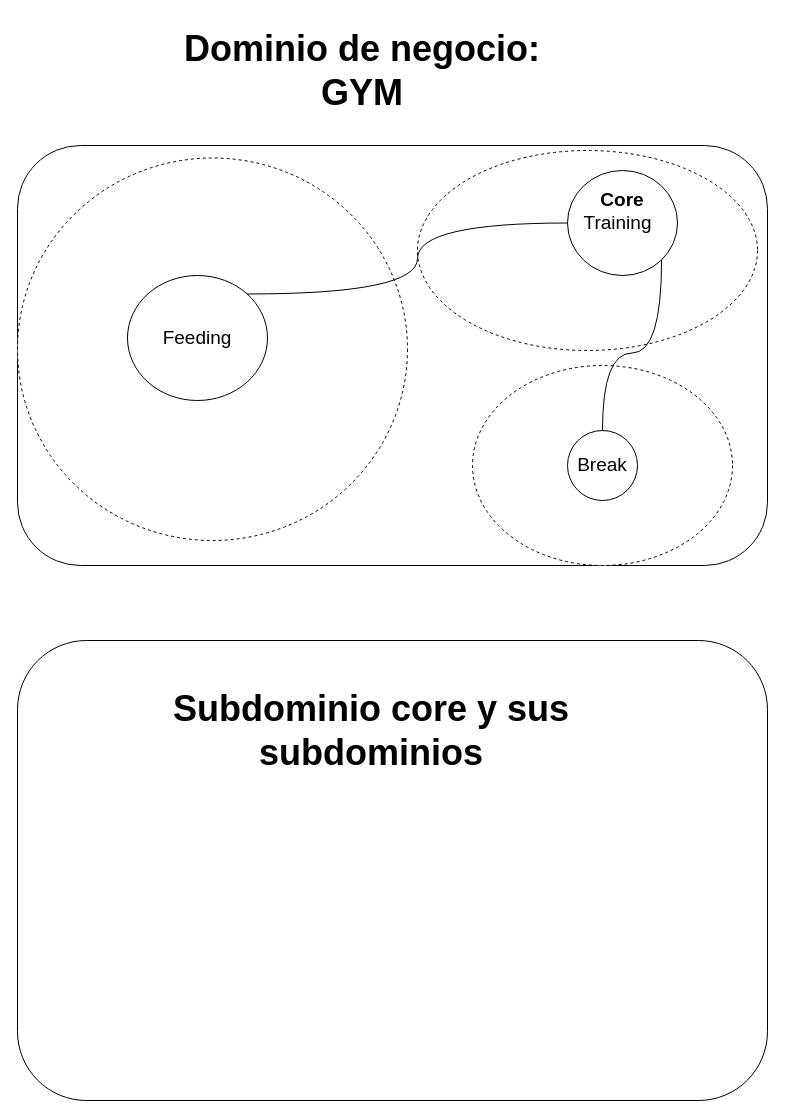
Earlier version of the draw.io diagram page "Eventos" (3 of 3) of BigPictureGym.drawio (Ruiz16-17/Sofka_DDD_Big_Picture_ModelamientoDominio). Source tidied: cells renumbered, new cells numbered last; positions are measured from the earlier drawing's top-left corner, leaving out a move shared by most shapes. Both pictures are drawn from the tidied source at 100%, with x=0, y=0 at pixel (17, 30).
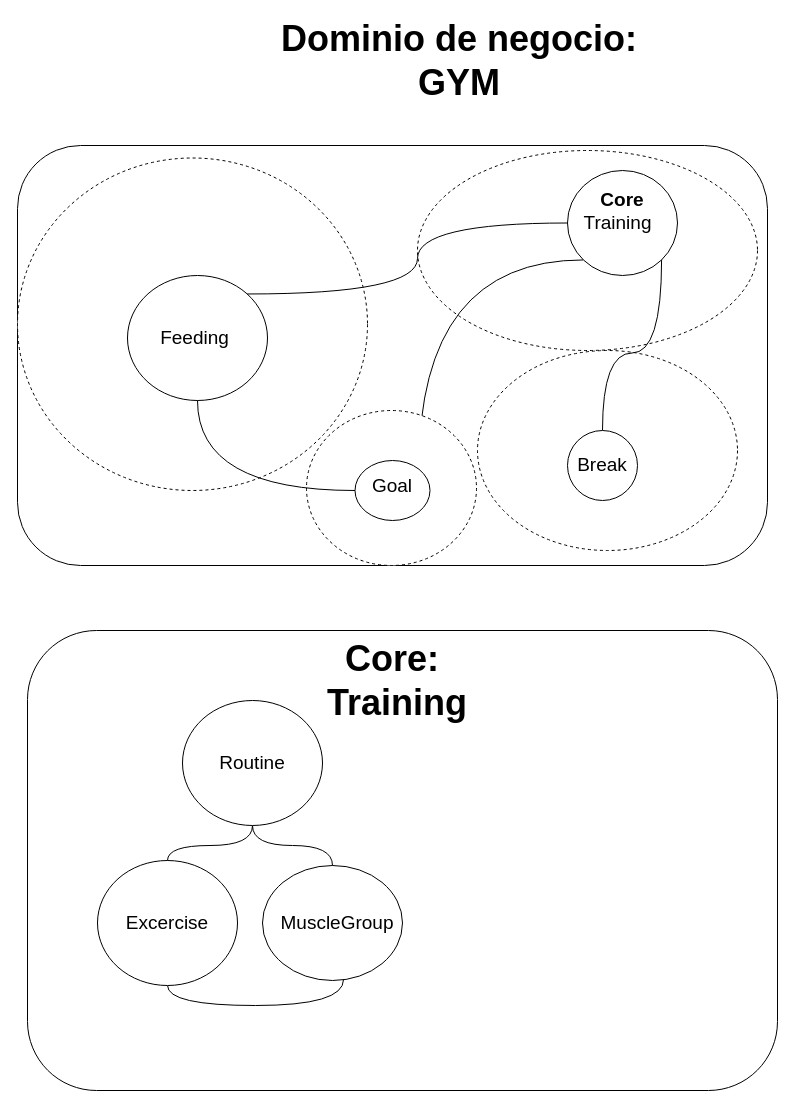
After the change.

Commit message:
Subdomain Goal agregated

Unchanged cells that the change refers to:
```xml
<mxCell id="7" style="ellipse;whiteSpace=wrap;html=1;fontFamily=Helvetica;" parent="1" vertex="1">
  <mxGeometry x="110" y="245" width="140" height="125" as="geometry" />
</mxCell>
<mxCell id="11" style="ellipse;whiteSpace=wrap;html=1;" parent="1" vertex="1">
  <mxGeometry x="550" y="140" width="110" height="105" as="geometry" />
</mxCell>
```

What changed in the source:
```diff
@@
     <mxCell id="3" style="ellipse;whiteSpace=wrap;html=1;dashed=1;" parent="1" vertex="1">
-      <mxGeometry y="127.5" width="390" height="382.5" as="geometry" />
+      <mxGeometry y="127.5" width="350" height="332.5" as="geometry" />
     </mxCell>
     <mxCell id="4" style="ellipse;whiteSpace=wrap;html=1;dashed=1;" parent="1" vertex="1">
-      <mxGeometry x="455" y="335" width="260" height="200" as="geometry" />
+      <mxGeometry x="460" y="320" width="260" height="200" as="geometry" />
     </mxCell>
@@
     <mxCell id="6" value="&lt;b&gt;&lt;font style=&quot;font-size: 36px&quot;&gt;Dominio de negocio:&amp;nbsp;&lt;br&gt;GYM&amp;nbsp;&lt;/font&gt;&lt;/b&gt;" style="text;html=1;strokeColor=none;fillColor=none;align=center;verticalAlign=middle;whiteSpace=wrap;rounded=0;" parent="1" vertex="1">
-      <mxGeometry x="150" width="400" height="80" as="geometry" />
+      <mxGeometry x="246.5" y="-10" width="400" height="80" as="geometry" />
     </mxCell>
@@
+    <mxCell id="18" style="edgeStyle=orthogonalEdgeStyle;curved=1;rounded=0;jettySize=auto;html=1;entryX=1;entryY=0;entryDx=0;entryDy=0;fontFamily=Helvetica;fontSize=19;endArrow=none;endFill=0;exitX=0;exitY=1;exitDx=0;exitDy=0;" parent="1" edge="1" source="11" target="30">
+      <mxGeometry relative="1" as="geometry" />
+    </mxCell>
@@
     <mxCell id="12" style="rounded=1;whiteSpace=wrap;html=1;" parent="1" vertex="1">
-      <mxGeometry y="610" width="750" height="460" as="geometry" />
+      <mxGeometry x="10" y="600" width="750" height="460" as="geometry" />
     </mxCell>
-    <mxCell id="13" value="&lt;span style=&quot;font-size: 36px&quot;&gt;&lt;b&gt;Subdominio core y sus subdominios&lt;/b&gt;&lt;/span&gt;" style="text;html=1;strokeColor=none;fillColor=none;align=center;verticalAlign=middle;whiteSpace=wrap;rounded=0;" parent="1" vertex="1">
-      <mxGeometry x="153.5" y="660" width="400" height="80" as="geometry" />
+    <mxCell id="13" value="&lt;span style=&quot;font-size: 36px&quot;&gt;&lt;b&gt;Core:&lt;br&gt;&amp;nbsp;Training&lt;/b&gt;&lt;/span&gt;" style="text;html=1;strokeColor=none;fillColor=none;align=center;verticalAlign=middle;whiteSpace=wrap;rounded=0;" parent="1" vertex="1">
+      <mxGeometry x="290" y="610" width="170" height="80" as="geometry" />
     </mxCell>
     <mxCell id="14" value="Feeding" style="text;html=1;strokeColor=none;fillColor=none;align=center;verticalAlign=middle;whiteSpace=wrap;rounded=0;fontFamily=Helvetica;fontSize=19;" parent="1" vertex="1">
-      <mxGeometry x="115" y="293.8" width="130" height="27.5" as="geometry" />
+      <mxGeometry x="115" y="293.8" width="125" height="27.5" as="geometry" />
     </mxCell>
@@
+    <mxCell id="19" style="edgeStyle=orthogonalEdgeStyle;curved=1;rounded=0;jettySize=auto;html=1;entryX=0.579;entryY=0.991;entryDx=0;entryDy=0;entryPerimeter=0;fontFamily=Helvetica;fontSize=19;endArrow=none;endFill=0;exitX=0.5;exitY=1;exitDx=0;exitDy=0;" parent="1" edge="1" source="20" target="22">
+      <mxGeometry relative="1" as="geometry" />
+    </mxCell>
+    <mxCell id="20" style="ellipse;whiteSpace=wrap;html=1;fontFamily=Helvetica;" parent="1" vertex="1">
+      <mxGeometry x="80" y="830" width="140" height="125" as="geometry" />
+    </mxCell>
+    <mxCell id="21" value="Excercise" style="text;html=1;strokeColor=none;fillColor=none;align=center;verticalAlign=middle;whiteSpace=wrap;rounded=0;fontFamily=Helvetica;fontSize=19;" parent="1" vertex="1">
+      <mxGeometry x="95" y="878.8" width="110" height="27.5" as="geometry" />
+    </mxCell>
+    <mxCell id="22" style="ellipse;whiteSpace=wrap;html=1;fontFamily=Helvetica;" parent="1" vertex="1">
+      <mxGeometry x="245" y="835" width="140" height="115" as="geometry" />
+    </mxCell>
+    <mxCell id="23" value="MuscleGroup" style="text;html=1;strokeColor=none;fillColor=none;align=center;verticalAlign=middle;whiteSpace=wrap;rounded=0;fontFamily=Helvetica;fontSize=19;" parent="1" vertex="1">
+      <mxGeometry x="255" y="878.8" width="130" height="27.5" as="geometry" />
+    </mxCell>
+    <mxCell id="24" style="edgeStyle=orthogonalEdgeStyle;curved=1;rounded=0;jettySize=auto;html=1;entryX=0.5;entryY=0;entryDx=0;entryDy=0;fontFamily=Helvetica;fontSize=19;endArrow=none;endFill=0;" parent="1" edge="1" source="26" target="20">
+      <mxGeometry relative="1" as="geometry" />
+    </mxCell>
+    <mxCell id="25" style="edgeStyle=orthogonalEdgeStyle;curved=1;rounded=0;jettySize=auto;html=1;fontFamily=Helvetica;fontSize=19;endArrow=none;endFill=0;" parent="1" edge="1" source="26" target="22">
+      <mxGeometry relative="1" as="geometry" />
+    </mxCell>
+    <mxCell id="26" style="ellipse;whiteSpace=wrap;html=1;fontFamily=Helvetica;" parent="1" vertex="1">
+      <mxGeometry x="165" y="670" width="140" height="125" as="geometry" />
+    </mxCell>
+    <mxCell id="27" value="Routine" style="text;html=1;strokeColor=none;fillColor=none;align=center;verticalAlign=middle;whiteSpace=wrap;rounded=0;fontFamily=Helvetica;fontSize=19;" parent="1" vertex="1">
+      <mxGeometry x="180" y="718.8" width="110" height="27.5" as="geometry" />
+    </mxCell>
+    <mxCell id="28" style="ellipse;whiteSpace=wrap;html=1;dashed=1;" parent="1" vertex="1">
+      <mxGeometry x="289" y="380" width="170" height="155" as="geometry" />
+    </mxCell>
+    <mxCell id="29" style="edgeStyle=orthogonalEdgeStyle;curved=1;rounded=0;jettySize=auto;html=1;fontFamily=Helvetica;fontSize=19;endArrow=none;endFill=0;" parent="1" edge="1" source="30" target="7">
+      <mxGeometry relative="1" as="geometry" />
+    </mxCell>
+    <mxCell id="30" style="ellipse;whiteSpace=wrap;html=1;fontFamily=Helvetica;" parent="1" vertex="1">
+      <mxGeometry x="337.5" y="430" width="75" height="60" as="geometry" />
+    </mxCell>
+    <mxCell id="31" value="Goal" style="text;html=1;strokeColor=none;fillColor=none;align=center;verticalAlign=middle;whiteSpace=wrap;rounded=0;fontFamily=Helvetica;fontSize=19;" parent="1" vertex="1">
+      <mxGeometry x="330" y="442.5" width="90" height="27.5" as="geometry" />
+    </mxCell>
```
